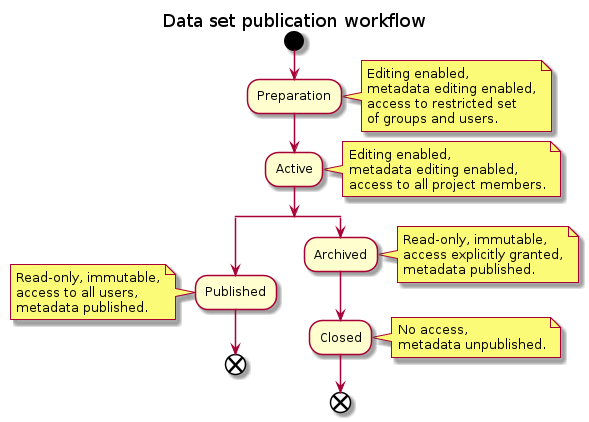
Before: docs/images/diagrams/Publication workflow.png, a diagram exported from PlantUML (fairspace/fairspace-docs). Source of this version:
```plantuml
@startuml Publication workflow

title Data set publication workflow

start
:Preparation;
note right
    Editing enabled,
    metadata editing enabled,
    access to restricted set
    of groups and users.
end note
:Active;
note right
    Editing enabled,
    metadata editing enabled,
    access to all project members.
end note
split
    :Published;
    note left
        Read-only, immutable,
        access to all users,
        metadata published.
    end note
    end
split again
    :Archived;
    note right
        Read-only, immutable,
        access explicitly granted,
        metadata published.
    end note
    :Closed;
    note right
        No access,
        metadata unpublished.
    end note
    end
end split
@enduml
```
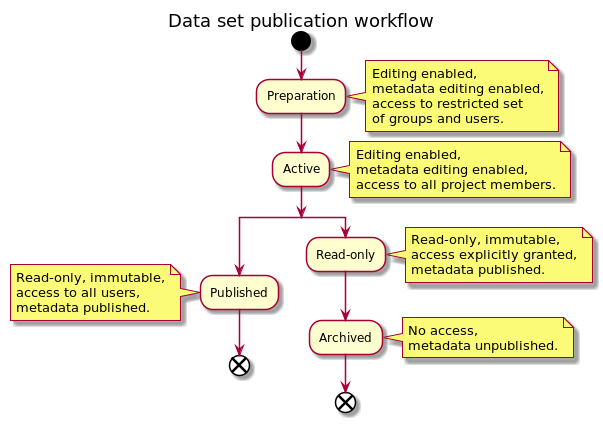
After the change.

Diff of the diagram source:
```diff
@@ -25,13 +25,13 @@
     end note
     end
 split again
-    :Archived;
+    :Read-only;
     note right
         Read-only, immutable,
         access explicitly granted,
         metadata published.
     end note
-    :Closed;
+    :Archived;
     note right
         No access,
         metadata unpublished.
```
